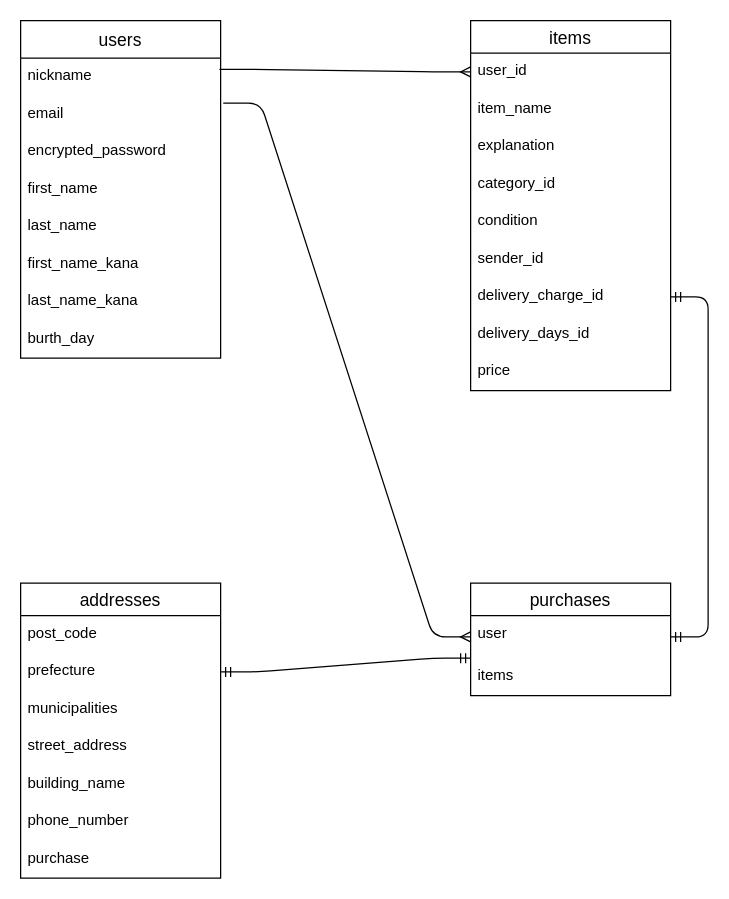
This is furima-39678.dio from Naoya-kitamoto/furima-39678, a draw.io file, before an edit. Source tidied: cells renumbered, new cells numbered last; positions are measured from the earlier drawing's top-left corner, leaving out a move shared by most shapes. Both pictures are drawn from the tidied source at 125%, with x=0, y=0 at pixel (20, 20).
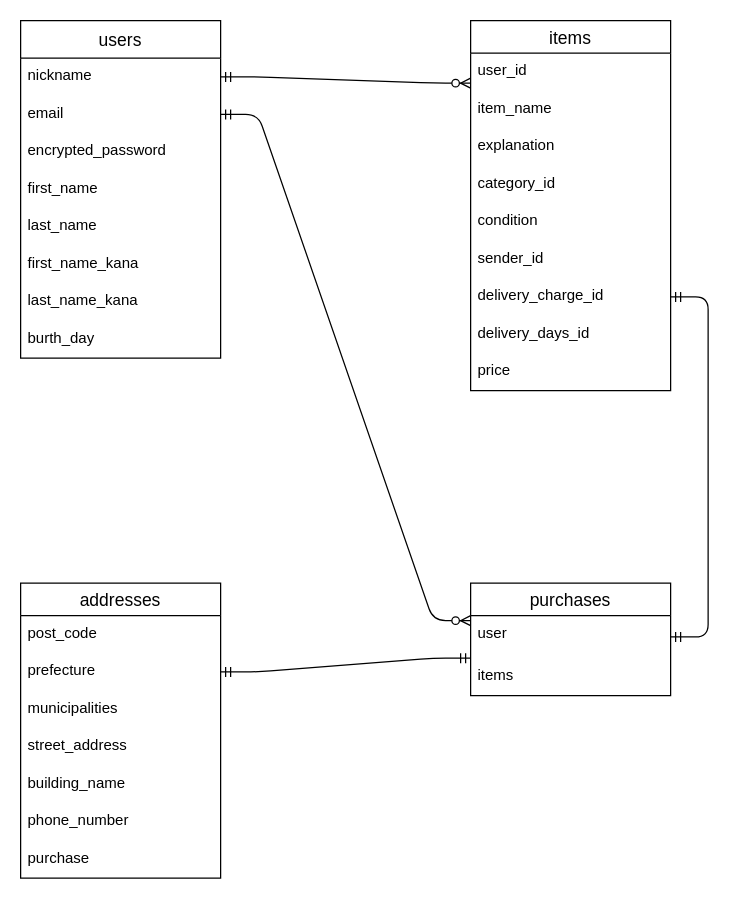
After the change.

Commit message (it also covers changes not shown here):
READ.MEとER図の再調整

Unchanged cells that the change refers to:
```xml
<mxCell id="3" value="nickname" style="text;strokeColor=none;fillColor=none;spacingLeft=4;spacingRight=4;overflow=hidden;points=[[0,0.5],[1,0.5]];portConstraint=eastwest;fontSize=12;" parent="2" vertex="1">
  <mxGeometry y="30" width="160" height="30" as="geometry" />
</mxCell>
<mxCell id="4" value="email" style="text;strokeColor=none;fillColor=none;spacingLeft=4;spacingRight=4;overflow=hidden;points=[[0,0.5],[1,0.5]];portConstraint=eastwest;fontSize=12;" parent="2" vertex="1">
  <mxGeometry y="60" width="160" height="30" as="geometry" />
</mxCell>
<mxCell id="13" value="user_id" style="text;strokeColor=none;fillColor=none;spacingLeft=4;spacingRight=4;overflow=hidden;points=[[0,0.5],[1,0.5]];portConstraint=eastwest;fontSize=12;" parent="12" vertex="1">
  <mxGeometry y="26" width="160" height="30" as="geometry" />
</mxCell>
<mxCell id="31" value="user" style="text;strokeColor=none;fillColor=none;spacingLeft=4;spacingRight=4;overflow=hidden;points=[[0,0.5],[1,0.5]];portConstraint=eastwest;fontSize=12;" parent="30" vertex="1">
  <mxGeometry y="26" width="160" height="34" as="geometry" />
</mxCell>
```

The edit, as a diff of the source:
```diff
@@
-    <mxCell id="11" style="edgeStyle=entityRelationEdgeStyle;fontSize=12;html=1;endArrow=ERmany;entryX=0;entryY=0.5;entryDx=0;entryDy=0;exitX=0.994;exitY=0.3;exitDx=0;exitDy=0;exitPerimeter=0;" parent="1" edge="1" source="3">
-      <mxGeometry relative="1" as="geometry">
-        <mxPoint x="360" y="41" as="targetPoint" />
-      </mxGeometry>
-    </mxCell>
@@
-    <mxCell id="33" style="edgeStyle=entityRelationEdgeStyle;fontSize=12;html=1;endArrow=ERmany;exitX=1.013;exitY=0.2;exitDx=0;exitDy=0;exitPerimeter=0;" parent="1" edge="1" source="4" target="31">
-      <mxGeometry relative="1" as="geometry" />
-    </mxCell>
@@
+    <mxCell id="33" style="edgeStyle=entityRelationEdgeStyle;fontSize=12;html=1;endArrow=ERzeroToMany;startArrow=ERmandOne;exitX=1;exitY=0.5;exitDx=0;exitDy=0;entryX=0;entryY=0.118;entryDx=0;entryDy=0;entryPerimeter=0;" parent="1" edge="1" source="4" target="31">
+      <mxGeometry relative="1" as="geometry" />
+    </mxCell>
+    <mxCell id="36" style="edgeStyle=entityRelationEdgeStyle;fontSize=12;html=1;endArrow=ERzeroToMany;startArrow=ERmandOne;exitX=1;exitY=0.5;exitDx=0;exitDy=0;entryX=0;entryY=0.8;entryDx=0;entryDy=0;entryPerimeter=0;" parent="1" edge="1" source="3" target="13">
+      <mxGeometry relative="1" as="geometry" />
+    </mxCell>
```
